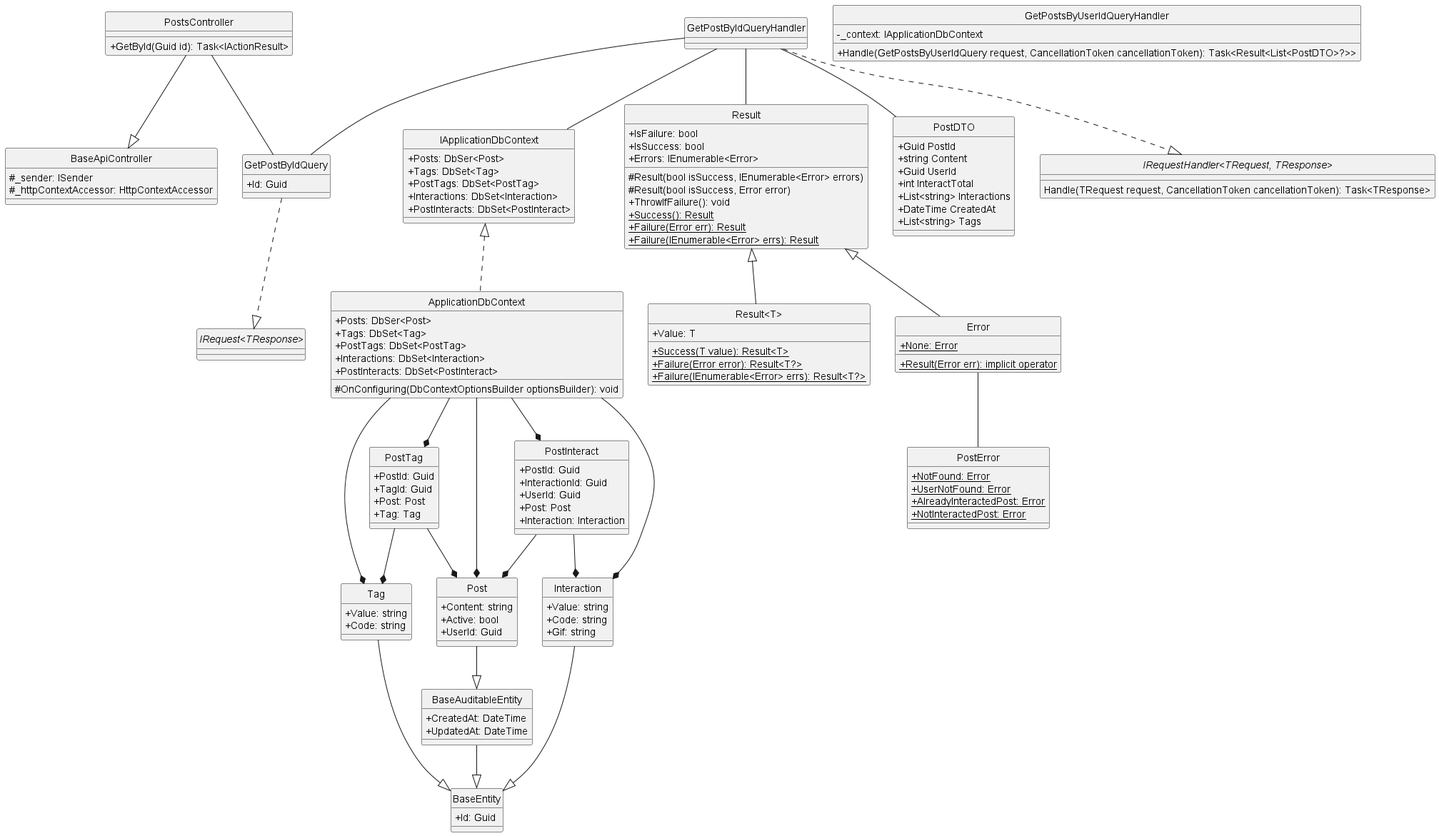
The PlantUML diagram docs/Class Diagram/Post/Post/GetPostById/ClassDiagram/getPostById.png in Carl-Johnsons/Chat-Application, before a commit.
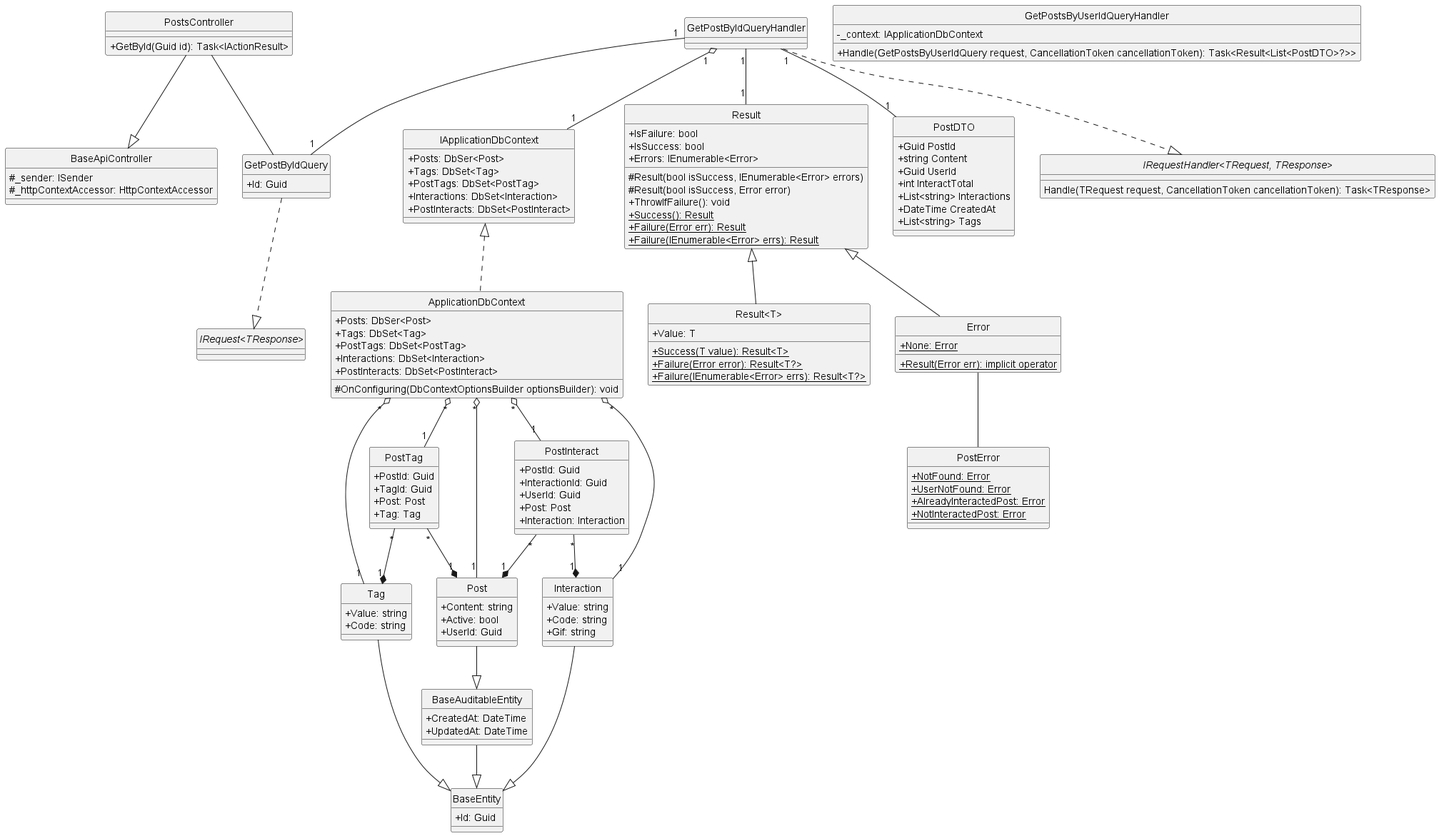
The same diagram one commit later.

What changed in the source:
```diff
@@ -128,10 +128,10 @@
 PostsController -- GetPostByIdQuery
 GetPostByIdQuery ..|> "IRequest<TResponse>"
 GetPostByIdQueryHandler ..|> "IRequestHandler<TRequest, TResponse>"
-GetPostByIdQueryHandler -- GetPostByIdQuery
-GetPostByIdQueryHandler -- Result
-GetPostByIdQueryHandler -- IApplicationDbContext
-GetPostByIdQueryHandler -- PostDTO
+GetPostByIdQueryHandler "1"--"1" GetPostByIdQuery
+GetPostByIdQueryHandler "1"--"1" Result
+GetPostByIdQueryHandler "1" o--"1" IApplicationDbContext
+GetPostByIdQueryHandler "1"--"1" PostDTO
 Result <|-- Error
 Result <|-- "Result<T>"
 Error -- PostError
@@ -139,14 +139,14 @@
 Interaction --|> BaseEntity
 Post --|> BaseAuditableEntity
 BaseAuditableEntity --|> BaseEntity
-PostTag --* Post
-PostTag --* Tag
-PostInteract --* Post
-PostInteract --* Interaction
+PostTag "*"--*"1" Post
+PostTag "*"--*"1" Tag
+PostInteract "*"--*"1" Post
+PostInteract "*"--*"1" Interaction
 IApplicationDbContext <|.. ApplicationDbContext
-ApplicationDbContext --* Tag
-ApplicationDbContext --* Post
-ApplicationDbContext --* PostTag
-ApplicationDbContext --* Interaction
-ApplicationDbContext --* PostInteract
+ApplicationDbContext "*" o--"1" Tag
+ApplicationDbContext "*" o--"1" Post
+ApplicationDbContext "*" o--"1" PostTag
+ApplicationDbContext "*" o--"1" Interaction
+ApplicationDbContext "*" o--"1" PostInteract
 @enduml
```
